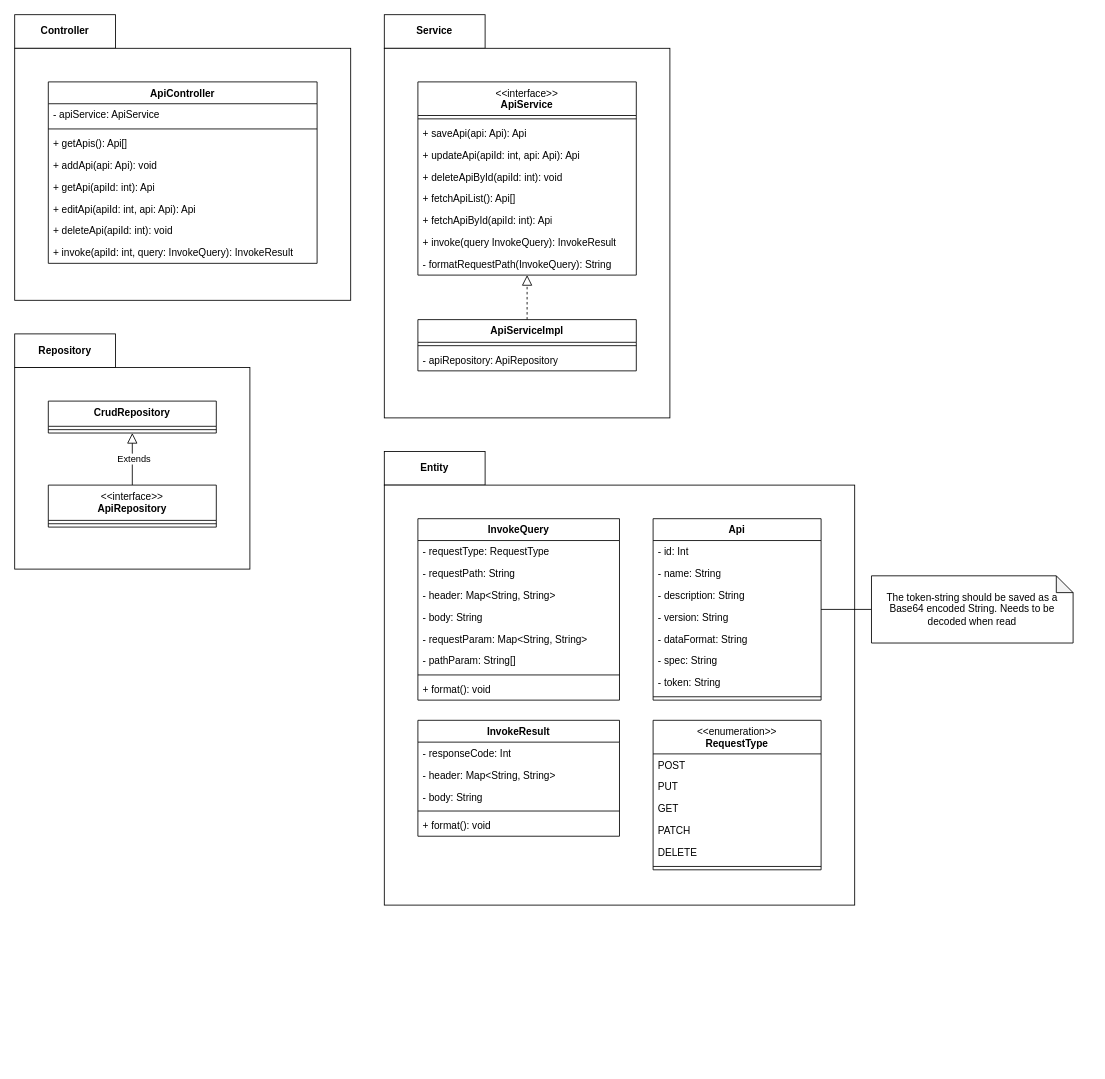
The draw.io diagram docs/diagrams/level_4_class/api-management-class-diagram.drawio in GroMoKoSo/GroMoKoSo-Meta, before the edit. Source tidied: cells renumbered, new cells numbered last; positions are measured from the earlier drawing's top-left corner, leaving out a move shared by most shapes. Both pictures are drawn from the tidied source at 84%, with x=0, y=0 at pixel (14, 14).
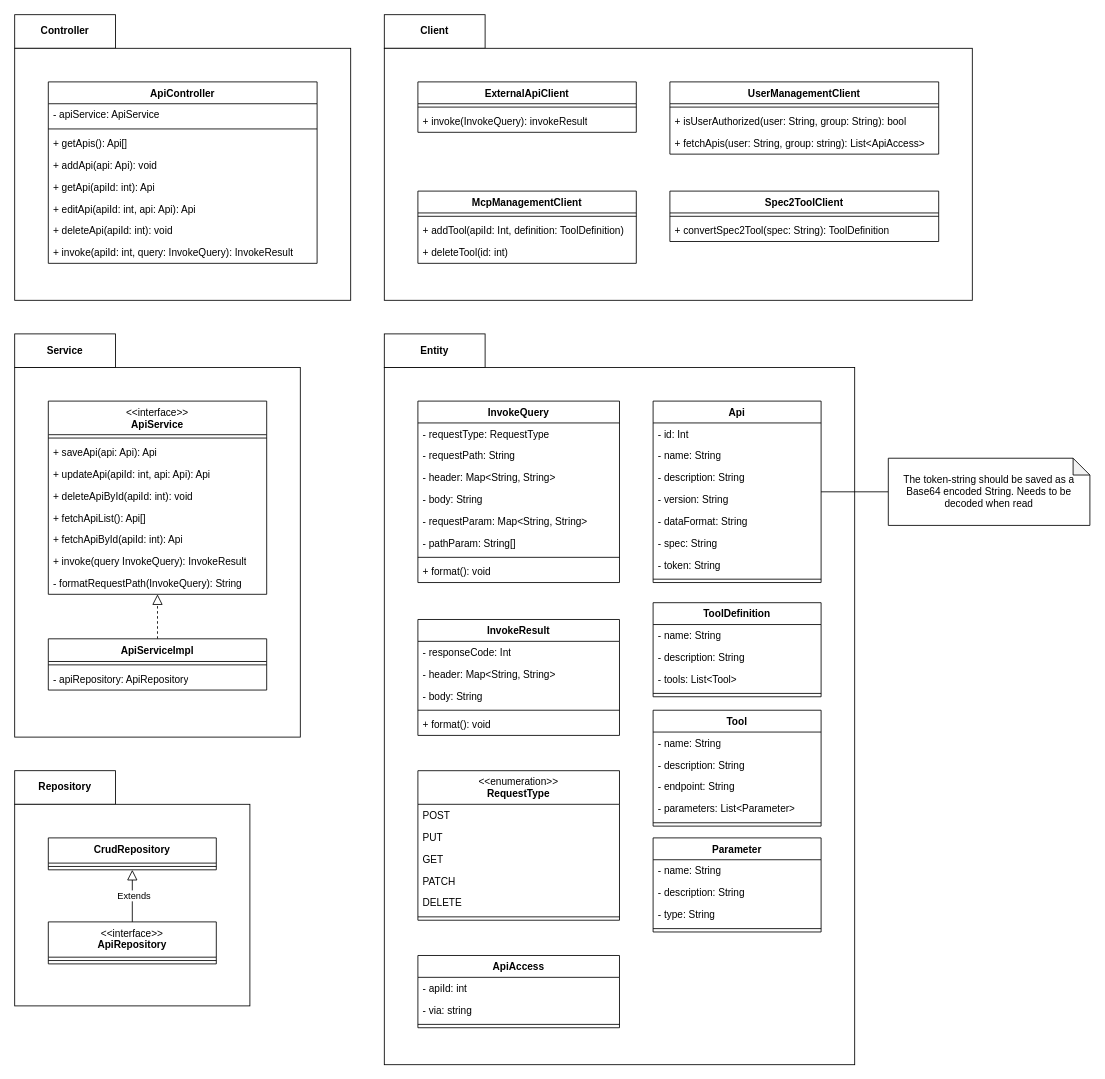
The same diagram, later.

Commit message:
docs: add missing Client and data wrapper classes

Change to the diagram source:
```diff
@@
     <mxCell id="3" value="Service" style="rounded=0;whiteSpace=wrap;html=1;fontStyle=1;" parent="1" vertex="1">
-      <mxGeometry x="440" width="120" height="40" as="geometry" />
+      <mxGeometry y="380" width="120" height="40" as="geometry" />
     </mxCell>
     <mxCell id="4" value="Repository" style="rounded=0;whiteSpace=wrap;html=1;fontStyle=1;" parent="1" vertex="1">
-      <mxGeometry y="380" width="120" height="40" as="geometry" />
+      <mxGeometry y="900" width="120" height="40" as="geometry" />
     </mxCell>
     <mxCell id="5" value="Entity" style="rounded=0;whiteSpace=wrap;html=1;fontStyle=1;" parent="1" vertex="1">
-      <mxGeometry x="440" y="520" width="120" height="40" as="geometry" />
+      <mxGeometry x="440" y="380" width="120" height="40" as="geometry" />
     </mxCell>
@@
     <mxCell id="16" style="rounded=0;whiteSpace=wrap;html=1;" parent="1" vertex="1">
-      <mxGeometry x="440" y="560" width="560" height="500" as="geometry" />
+      <mxGeometry x="440" y="420" width="560" height="830" as="geometry" />
     </mxCell>
     <mxCell id="17" value="Api" style="swimlane;fontStyle=1;align=center;verticalAlign=top;horizontal=1;startSize=26;whiteSpace=wrap;html=1;" parent="1" vertex="1">
-      <mxGeometry x="760" y="600" width="200" height="216" as="geometry" />
+      <mxGeometry x="760" y="460" width="200" height="216" as="geometry" />
     </mxCell>
@@
     <mxCell id="26" style="rounded=0;whiteSpace=wrap;html=1;" parent="1" vertex="1">
-      <mxGeometry y="420" width="280" height="240" as="geometry" />
+      <mxGeometry y="940" width="280" height="240" as="geometry" />
     </mxCell>
     <mxCell id="27" value="CrudRepository" style="swimlane;fontStyle=1;align=center;verticalAlign=top;horizontal=1;startSize=30;whiteSpace=wrap;html=1;" parent="1" vertex="1">
-      <mxGeometry x="40" y="460" width="200" height="38" as="geometry" />
+      <mxGeometry x="40" y="980" width="200" height="38" as="geometry" />
     </mxCell>
@@
     <mxCell id="31" value="&lt;div&gt;&lt;span style=&quot;font-weight: normal;&quot;&gt;&amp;lt;&amp;lt;interface&amp;gt;&amp;gt;&lt;/span&gt;&lt;/div&gt;&lt;div&gt;ApiRepository&lt;/div&gt;" style="swimlane;fontStyle=1;align=center;verticalAlign=top;horizontal=1;startSize=42;whiteSpace=wrap;html=1;" parent="1" vertex="1">
-      <mxGeometry x="40" y="560" width="200" height="50" as="geometry" />
+      <mxGeometry x="40" y="1080" width="200" height="50" as="geometry" />
     </mxCell>
@@
     <mxCell id="33" style="rounded=0;whiteSpace=wrap;html=1;" parent="1" vertex="1">
-      <mxGeometry x="440" y="40" width="340" height="440" as="geometry" />
+      <mxGeometry y="420" width="340" height="440" as="geometry" />
     </mxCell>
     <mxCell id="34" value="&lt;div&gt;&lt;span style=&quot;font-weight: normal;&quot;&gt;&amp;lt;&amp;lt;interface&amp;gt;&amp;gt;&lt;/span&gt;&lt;/div&gt;&lt;div&gt;ApiService&lt;/div&gt;" style="swimlane;fontStyle=1;align=center;verticalAlign=top;horizontal=1;startSize=40;whiteSpace=wrap;html=1;" parent="1" vertex="1">
-      <mxGeometry x="480" y="80" width="260" height="230" as="geometry" />
+      <mxGeometry x="40" y="460" width="260" height="230" as="geometry" />
     </mxCell>
@@
     <mxCell id="44" value="&lt;div&gt;ApiServiceImpl&lt;/div&gt;" style="swimlane;fontStyle=1;align=center;verticalAlign=top;horizontal=1;startSize=27;whiteSpace=wrap;html=1;" parent="1" vertex="1">
-      <mxGeometry x="480" y="363" width="260" height="61" as="geometry" />
+      <mxGeometry x="40" y="743" width="260" height="61" as="geometry" />
     </mxCell>
@@
     <mxCell id="48" value="The token-string should be saved as a Base64 encoded String. Needs to be decoded when read" style="shape=note;whiteSpace=wrap;html=1;backgroundOutline=1;darkOpacity=0.05;size=20;" parent="1" vertex="1">
-      <mxGeometry x="1020" y="668" width="240" height="80" as="geometry" />
+      <mxGeometry x="1040" y="528" width="240" height="80" as="geometry" />
     </mxCell>
     <mxCell id="49" value="&lt;span style=&quot;font-weight: normal;&quot;&gt;&amp;lt;&amp;lt;enumeration&amp;gt;&amp;gt;&lt;/span&gt;&lt;div&gt;RequestType&lt;/div&gt;" style="swimlane;fontStyle=1;align=center;verticalAlign=top;horizontal=1;startSize=40;whiteSpace=wrap;html=1;" parent="1" vertex="1">
-      <mxGeometry x="760" y="840" width="200" height="178" as="geometry" />
+      <mxGeometry x="480" y="900" width="240" height="178" as="geometry" />
     </mxCell>
     <mxCell id="50" value="POST" style="text;strokeColor=none;fillColor=none;align=left;verticalAlign=top;spacingLeft=4;spacingRight=4;overflow=hidden;whiteSpace=wrap;html=1;" parent="49" vertex="1">
-      <mxGeometry y="40" width="200" height="26" as="geometry" />
+      <mxGeometry y="40" width="240" height="26" as="geometry" />
     </mxCell>
     <mxCell id="51" value="PUT" style="text;strokeColor=none;fillColor=none;align=left;verticalAlign=top;spacingLeft=4;spacingRight=4;overflow=hidden;whiteSpace=wrap;html=1;" parent="49" vertex="1">
-      <mxGeometry y="66" width="200" height="26" as="geometry" />
+      <mxGeometry y="66" width="240" height="26" as="geometry" />
     </mxCell>
     <mxCell id="52" value="GET" style="text;strokeColor=none;fillColor=none;align=left;verticalAlign=top;spacingLeft=4;spacingRight=4;overflow=hidden;whiteSpace=wrap;html=1;" parent="49" vertex="1">
-      <mxGeometry y="92" width="200" height="26" as="geometry" />
+      <mxGeometry y="92" width="240" height="26" as="geometry" />
     </mxCell>
     <mxCell id="53" value="PATCH" style="text;strokeColor=none;fillColor=none;align=left;verticalAlign=top;spacingLeft=4;spacingRight=4;overflow=hidden;whiteSpace=wrap;html=1;" parent="49" vertex="1">
-      <mxGeometry y="118" width="200" height="26" as="geometry" />
+      <mxGeometry y="118" width="240" height="26" as="geometry" />
     </mxCell>
     <mxCell id="54" value="DELETE" style="text;strokeColor=none;fillColor=none;align=left;verticalAlign=top;spacingLeft=4;spacingRight=4;overflow=hidden;whiteSpace=wrap;html=1;" parent="49" vertex="1">
-      <mxGeometry y="144" width="200" height="26" as="geometry" />
+      <mxGeometry y="144" width="240" height="26" as="geometry" />
     </mxCell>
     <mxCell id="55" style="line;strokeWidth=1;fillColor=none;align=left;verticalAlign=middle;spacingTop=-1;spacingLeft=3;spacingRight=3;labelPosition=right;strokeColor=inherit;" parent="49" vertex="1">
-      <mxGeometry y="170" width="200" height="8" as="geometry" />
+      <mxGeometry y="170" width="240" height="8" as="geometry" />
     </mxCell>
     <mxCell id="56" value="InvokeQuery" style="swimlane;fontStyle=1;align=center;verticalAlign=top;horizontal=1;startSize=26;whiteSpace=wrap;html=1;" parent="1" vertex="1">
-      <mxGeometry x="480" y="600" width="240" height="216" as="geometry" />
+      <mxGeometry x="480" y="460" width="240" height="216" as="geometry" />
     </mxCell>
@@
     <mxCell id="65" value="InvokeResult" style="swimlane;fontStyle=1;align=center;verticalAlign=top;horizontal=1;startSize=26;whiteSpace=wrap;html=1;" parent="1" vertex="1">
-      <mxGeometry x="480" y="840" width="240" height="138" as="geometry" />
+      <mxGeometry x="480" y="720" width="240" height="138" as="geometry" />
     </mxCell>
@@
+    <mxCell id="71" value="Client" style="rounded=0;whiteSpace=wrap;html=1;fontStyle=1;" parent="1" vertex="1">
+      <mxGeometry x="440" width="120" height="40" as="geometry" />
+    </mxCell>
+    <mxCell id="72" style="rounded=0;whiteSpace=wrap;html=1;" parent="1" vertex="1">
+      <mxGeometry x="440" y="40" width="700" height="300" as="geometry" />
+    </mxCell>
+    <mxCell id="73" value="&lt;div&gt;ExternalApiClient&lt;/div&gt;" style="swimlane;fontStyle=1;align=center;verticalAlign=top;horizontal=1;startSize=26;whiteSpace=wrap;html=1;" parent="1" vertex="1">
+      <mxGeometry x="480" y="80" width="260" height="60" as="geometry" />
+    </mxCell>
+    <mxCell id="74" style="line;strokeWidth=1;fillColor=none;align=left;verticalAlign=middle;spacingTop=-1;spacingLeft=3;spacingRight=3;labelPosition=right;strokeColor=inherit;" parent="73" vertex="1">
+      <mxGeometry y="26" width="260" height="8" as="geometry" />
+    </mxCell>
+    <mxCell id="75" value="+ invoke(InvokeQuery): invokeResult" style="text;strokeColor=none;fillColor=none;align=left;verticalAlign=top;spacingLeft=4;spacingRight=4;overflow=hidden;whiteSpace=wrap;html=1;" parent="73" vertex="1">
+      <mxGeometry y="34" width="260" height="26" as="geometry" />
+    </mxCell>
+    <mxCell id="76" value="&lt;div&gt;UserManagementClient&lt;/div&gt;" style="swimlane;fontStyle=1;align=center;verticalAlign=top;horizontal=1;startSize=26;whiteSpace=wrap;html=1;" parent="1" vertex="1">
+      <mxGeometry x="780" y="80" width="320" height="86" as="geometry" />
+    </mxCell>
+    <mxCell id="77" style="line;strokeWidth=1;fillColor=none;align=left;verticalAlign=middle;spacingTop=-1;spacingLeft=3;spacingRight=3;labelPosition=right;strokeColor=inherit;" parent="76" vertex="1">
+      <mxGeometry y="26" width="320" height="8" as="geometry" />
+    </mxCell>
+    <mxCell id="78" value="+ isUserAuthorized(user: String, group: String): bool" style="text;strokeColor=none;fillColor=none;align=left;verticalAlign=top;spacingLeft=4;spacingRight=4;overflow=hidden;whiteSpace=wrap;html=1;" parent="76" vertex="1">
+      <mxGeometry y="34" width="320" height="26" as="geometry" />
+    </mxCell>
+    <mxCell id="79" value="+ fetchApis(user: String, group: string): List&amp;lt;ApiAccess&amp;gt;" style="text;strokeColor=none;fillColor=none;align=left;verticalAlign=top;spacingLeft=4;spacingRight=4;overflow=hidden;whiteSpace=wrap;html=1;" parent="76" vertex="1">
+      <mxGeometry y="60" width="320" height="26" as="geometry" />
+    </mxCell>
+    <mxCell id="80" value="&lt;div&gt;McpManagementClient&lt;/div&gt;" style="swimlane;fontStyle=1;align=center;verticalAlign=top;horizontal=1;startSize=26;whiteSpace=wrap;html=1;" parent="1" vertex="1">
+      <mxGeometry x="480" y="210" width="260" height="86" as="geometry" />
+    </mxCell>
+    <mxCell id="81" style="line;strokeWidth=1;fillColor=none;align=left;verticalAlign=middle;spacingTop=-1;spacingLeft=3;spacingRight=3;labelPosition=right;strokeColor=inherit;" parent="80" vertex="1">
+      <mxGeometry y="26" width="260" height="8" as="geometry" />
+    </mxCell>
+    <mxCell id="82" value="+ addTool(apiId: Int, definition: ToolDefinition)" style="text;strokeColor=none;fillColor=none;align=left;verticalAlign=top;spacingLeft=4;spacingRight=4;overflow=hidden;whiteSpace=wrap;html=1;" parent="80" vertex="1">
+      <mxGeometry y="34" width="260" height="26" as="geometry" />
+    </mxCell>
+    <mxCell id="83" value="+ deleteTool(id: int)" style="text;strokeColor=none;fillColor=none;align=left;verticalAlign=top;spacingLeft=4;spacingRight=4;overflow=hidden;whiteSpace=wrap;html=1;" parent="80" vertex="1">
+      <mxGeometry y="60" width="260" height="26" as="geometry" />
+    </mxCell>
+    <mxCell id="84" value="&lt;div&gt;Spec2ToolClient&lt;/div&gt;" style="swimlane;fontStyle=1;align=center;verticalAlign=top;horizontal=1;startSize=26;whiteSpace=wrap;html=1;" parent="1" vertex="1">
+      <mxGeometry x="780" y="210" width="320" height="60" as="geometry" />
+    </mxCell>
+    <mxCell id="85" style="line;strokeWidth=1;fillColor=none;align=left;verticalAlign=middle;spacingTop=-1;spacingLeft=3;spacingRight=3;labelPosition=right;strokeColor=inherit;" parent="84" vertex="1">
+      <mxGeometry y="26" width="320" height="8" as="geometry" />
+    </mxCell>
+    <mxCell id="86" value="+ convertSpec2Tool(spec: String): ToolDefinition" style="text;strokeColor=none;fillColor=none;align=left;verticalAlign=top;spacingLeft=4;spacingRight=4;overflow=hidden;whiteSpace=wrap;html=1;" parent="84" vertex="1">
+      <mxGeometry y="34" width="320" height="26" as="geometry" />
+    </mxCell>
+    <mxCell id="87" value="ToolDefinition" style="swimlane;fontStyle=1;align=center;verticalAlign=top;horizontal=1;startSize=26;whiteSpace=wrap;html=1;" parent="1" vertex="1">
+      <mxGeometry x="760" y="700" width="200" height="112" as="geometry" />
+    </mxCell>
+    <mxCell id="88" value="- name: String" style="text;strokeColor=none;fillColor=none;align=left;verticalAlign=top;spacingLeft=4;spacingRight=4;overflow=hidden;whiteSpace=wrap;html=1;" parent="87" vertex="1">
+      <mxGeometry y="26" width="200" height="26" as="geometry" />
+    </mxCell>
+    <mxCell id="89" value="- description: String" style="text;strokeColor=none;fillColor=none;align=left;verticalAlign=top;spacingLeft=4;spacingRight=4;overflow=hidden;whiteSpace=wrap;html=1;" parent="87" vertex="1">
+      <mxGeometry y="52" width="200" height="26" as="geometry" />
+    </mxCell>
+    <mxCell id="90" value="- tools: List&amp;lt;Tool&amp;gt;" style="text;strokeColor=none;fillColor=none;align=left;verticalAlign=top;spacingLeft=4;spacingRight=4;overflow=hidden;whiteSpace=wrap;html=1;" parent="87" vertex="1">
+      <mxGeometry y="78" width="200" height="26" as="geometry" />
+    </mxCell>
+    <mxCell id="91" style="line;strokeWidth=1;fillColor=none;align=left;verticalAlign=middle;spacingTop=-1;spacingLeft=3;spacingRight=3;labelPosition=right;strokeColor=inherit;" parent="87" vertex="1">
+      <mxGeometry y="104" width="200" height="8" as="geometry" />
+    </mxCell>
+    <mxCell id="92" value="Tool" style="swimlane;fontStyle=1;align=center;verticalAlign=top;horizontal=1;startSize=26;whiteSpace=wrap;html=1;" parent="1" vertex="1">
+      <mxGeometry x="760" y="828" width="200" height="138" as="geometry" />
+    </mxCell>
+    <mxCell id="93" value="- name: String" style="text;strokeColor=none;fillColor=none;align=left;verticalAlign=top;spacingLeft=4;spacingRight=4;overflow=hidden;whiteSpace=wrap;html=1;" parent="92" vertex="1">
+      <mxGeometry y="26" width="200" height="26" as="geometry" />
+    </mxCell>
+    <mxCell id="94" value="- description: String" style="text;strokeColor=none;fillColor=none;align=left;verticalAlign=top;spacingLeft=4;spacingRight=4;overflow=hidden;whiteSpace=wrap;html=1;" parent="92" vertex="1">
+      <mxGeometry y="52" width="200" height="26" as="geometry" />
+    </mxCell>
+    <mxCell id="95" value="- endpoint: String" style="text;strokeColor=none;fillColor=none;align=left;verticalAlign=top;spacingLeft=4;spacingRight=4;overflow=hidden;whiteSpace=wrap;html=1;" parent="92" vertex="1">
+      <mxGeometry y="78" width="200" height="26" as="geometry" />
+    </mxCell>
+    <mxCell id="96" value="- parameters: List&amp;lt;Parameter&amp;gt;" style="text;strokeColor=none;fillColor=none;align=left;verticalAlign=top;spacingLeft=4;spacingRight=4;overflow=hidden;whiteSpace=wrap;html=1;" parent="92" vertex="1">
+      <mxGeometry y="104" width="200" height="26" as="geometry" />
+    </mxCell>
+    <mxCell id="97" style="line;strokeWidth=1;fillColor=none;align=left;verticalAlign=middle;spacingTop=-1;spacingLeft=3;spacingRight=3;labelPosition=right;strokeColor=inherit;" parent="92" vertex="1">
+      <mxGeometry y="130" width="200" height="8" as="geometry" />
+    </mxCell>
+    <mxCell id="98" value="Parameter" style="swimlane;fontStyle=1;align=center;verticalAlign=top;horizontal=1;startSize=26;whiteSpace=wrap;html=1;" parent="1" vertex="1">
+      <mxGeometry x="760" y="980" width="200" height="112" as="geometry" />
+    </mxCell>
+    <mxCell id="99" value="- name: String" style="text;strokeColor=none;fillColor=none;align=left;verticalAlign=top;spacingLeft=4;spacingRight=4;overflow=hidden;whiteSpace=wrap;html=1;" parent="98" vertex="1">
+      <mxGeometry y="26" width="200" height="26" as="geometry" />
+    </mxCell>
+    <mxCell id="100" value="- description: String" style="text;strokeColor=none;fillColor=none;align=left;verticalAlign=top;spacingLeft=4;spacingRight=4;overflow=hidden;whiteSpace=wrap;html=1;" parent="98" vertex="1">
+      <mxGeometry y="52" width="200" height="26" as="geometry" />
+    </mxCell>
+    <mxCell id="101" value="- type: String" style="text;strokeColor=none;fillColor=none;align=left;verticalAlign=top;spacingLeft=4;spacingRight=4;overflow=hidden;whiteSpace=wrap;html=1;" parent="98" vertex="1">
+      <mxGeometry y="78" width="200" height="26" as="geometry" />
+    </mxCell>
+    <mxCell id="102" style="line;strokeWidth=1;fillColor=none;align=left;verticalAlign=middle;spacingTop=-1;spacingLeft=3;spacingRight=3;labelPosition=right;strokeColor=inherit;" parent="98" vertex="1">
+      <mxGeometry y="104" width="200" height="8" as="geometry" />
+    </mxCell>
+    <mxCell id="103" value="ApiAccess" style="swimlane;fontStyle=1;align=center;verticalAlign=top;horizontal=1;startSize=26;whiteSpace=wrap;html=1;" parent="1" vertex="1">
+      <mxGeometry x="480" y="1120" width="240" height="86" as="geometry" />
+    </mxCell>
+    <mxCell id="104" value="- apiId: int" style="text;strokeColor=none;fillColor=none;align=left;verticalAlign=top;spacingLeft=4;spacingRight=4;overflow=hidden;whiteSpace=wrap;html=1;" parent="103" vertex="1">
+      <mxGeometry y="26" width="240" height="26" as="geometry" />
+    </mxCell>
+    <mxCell id="105" value="- via: string" style="text;strokeColor=none;fillColor=none;align=left;verticalAlign=top;spacingLeft=4;spacingRight=4;overflow=hidden;whiteSpace=wrap;html=1;" parent="103" vertex="1">
+      <mxGeometry y="52" width="240" height="26" as="geometry" />
+    </mxCell>
+    <mxCell id="106" style="line;strokeWidth=1;fillColor=none;align=left;verticalAlign=middle;spacingTop=-1;spacingLeft=3;spacingRight=3;labelPosition=right;strokeColor=inherit;" parent="103" vertex="1">
+      <mxGeometry y="78" width="240" height="8" as="geometry" />
+    </mxCell>
```
